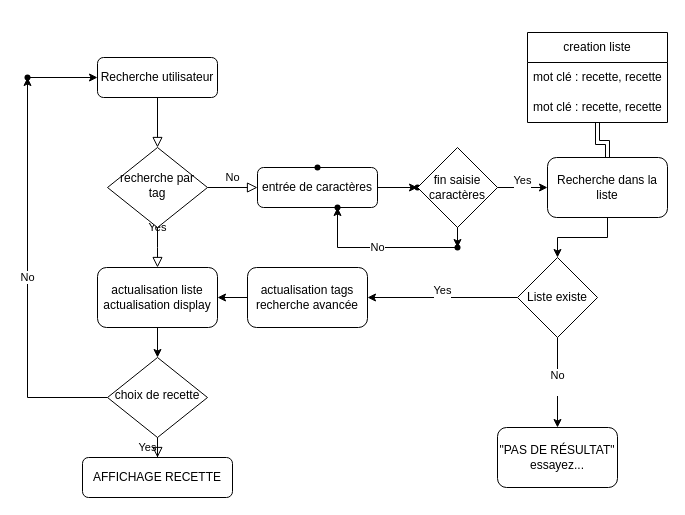
Earlier version of the draw.io diagram Diagramme sans nom.drawio (TangiLC/P7_PetitsPlats). Source tidied: cells renumbered, new cells numbered last; positions are measured from the earlier drawing's top-left corner, leaving out a move shared by most shapes. Both pictures are drawn from the tidied source at 100%, with x=0, y=0 at pixel (17, 32).
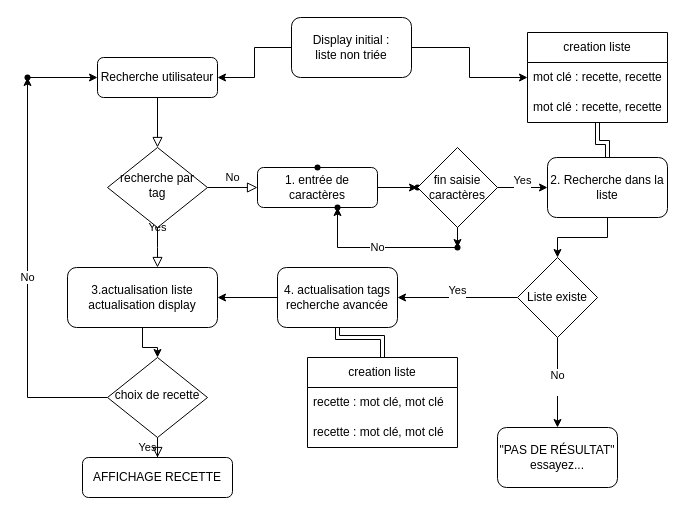
After the change.

Commit message:
Mettre à jour Diagramme sans nom.drawio

The change refers to these unchanged cells:
```xml
<mxCell id="3" value="Recherche utilisateur" style="rounded=1;whiteSpace=wrap;html=1;fontSize=12;glass=0;strokeWidth=1;shadow=0;" parent="1" vertex="1">
  <mxGeometry x="80" y="25" width="120" height="40" as="geometry" />
</mxCell>
<mxCell id="24" value="mot clé : recette, recette" style="text;strokeColor=none;fillColor=none;align=left;verticalAlign=middle;spacingLeft=4;spacingRight=4;overflow=hidden;points=[[0,0.5],[1,0.5]];portConstraint=eastwest;whiteSpace=wrap;html=1;" parent="23" vertex="1">
  <mxGeometry y="30" width="140" height="30" as="geometry" />
</mxCell>
```

What changed in the source:
```diff
@@
-    <mxCell id="8" value="entrée de caractères" style="rounded=1;whiteSpace=wrap;html=1;fontSize=12;glass=0;strokeWidth=1;shadow=0;" parent="1" vertex="1">
+    <mxCell id="8" value="1. entrée de caractères" style="rounded=1;whiteSpace=wrap;html=1;fontSize=12;glass=0;strokeWidth=1;shadow=0;" parent="1" vertex="1">
       <mxGeometry x="240" y="135" width="120" height="40" as="geometry" />
     </mxCell>
@@
-    <mxCell id="19" value="actualisation tags recherche avancée" style="rounded=1;whiteSpace=wrap;html=1;" parent="1" vertex="1">
-      <mxGeometry x="230" y="235" width="120" height="60" as="geometry" />
+    <mxCell id="19" value="4. actualisation tags recherche avancée" style="rounded=1;whiteSpace=wrap;html=1;" parent="1" vertex="1">
+      <mxGeometry x="260" y="235" width="120" height="60" as="geometry" />
     </mxCell>
@@
-    <mxCell id="21" value="&lt;div&gt;actualisation liste&lt;/div&gt;&lt;div&gt;actualisation display&lt;br&gt;&lt;/div&gt;" style="rounded=1;whiteSpace=wrap;html=1;" parent="1" vertex="1">
-      <mxGeometry x="80" y="235" width="120" height="60" as="geometry" />
+    <mxCell id="21" value="3.actualisation liste&lt;div&gt;actualisation display&lt;br&gt;&lt;/div&gt;" style="rounded=1;whiteSpace=wrap;html=1;" parent="1" vertex="1">
+      <mxGeometry x="50" y="235" width="150" height="60" as="geometry" />
     </mxCell>
@@
-    <mxCell id="32" value="Recherche dans la liste" style="rounded=1;whiteSpace=wrap;html=1;" parent="1" vertex="1">
+    <mxCell id="32" value="2. Recherche dans la liste" style="rounded=1;whiteSpace=wrap;html=1;" parent="1" vertex="1">
       <mxGeometry x="530" y="125" width="120" height="60" as="geometry" />
     </mxCell>
@@
+    <mxCell id="37" style="edgeStyle=orthogonalEdgeStyle;rounded=0;jettySize=auto;html=1;shape=link;" parent="1" edge="1" source="38" target="19">
+      <mxGeometry relative="1" as="geometry" />
+    </mxCell>
+    <mxCell id="38" value="creation liste" style="swimlane;fontStyle=0;horizontal=1;startSize=30;whiteSpace=wrap;html=1;" parent="1" vertex="1">
+      <mxGeometry x="290" y="325" width="150" height="90" as="geometry" />
+    </mxCell>
+    <mxCell id="39" value="recette : mot clé, mot clé" style="text;strokeColor=none;fillColor=none;align=left;verticalAlign=middle;spacingLeft=4;spacingRight=4;overflow=hidden;whiteSpace=wrap;html=1;" parent="38" vertex="1">
+      <mxGeometry y="30" width="150" height="30" as="geometry" />
+    </mxCell>
+    <mxCell id="40" value="recette : mot clé, mot clé" style="text;strokeColor=none;fillColor=none;align=left;verticalAlign=middle;spacingLeft=4;spacingRight=4;overflow=hidden;whiteSpace=wrap;html=1;" parent="38" vertex="1">
+      <mxGeometry y="60" width="150" height="30" as="geometry" />
+    </mxCell>
+    <mxCell id="41" style="edgeStyle=orthogonalEdgeStyle;rounded=0;jettySize=auto;html=1;" parent="1" edge="1" source="43" target="3">
+      <mxGeometry relative="1" as="geometry" />
+    </mxCell>
+    <mxCell id="42" style="edgeStyle=orthogonalEdgeStyle;rounded=0;jettySize=auto;html=1;" parent="1" edge="1" source="43" target="24">
+      <mxGeometry relative="1" as="geometry" />
+    </mxCell>
+    <mxCell id="43" value="&lt;div&gt;Display initial :&lt;/div&gt;&lt;div&gt;liste non triée&lt;br&gt;&lt;/div&gt;" style="rounded=1;whiteSpace=wrap;html=1;" parent="1" vertex="1">
+      <mxGeometry x="274" y="-15" width="120" height="60" as="geometry" />
+    </mxCell>
```
